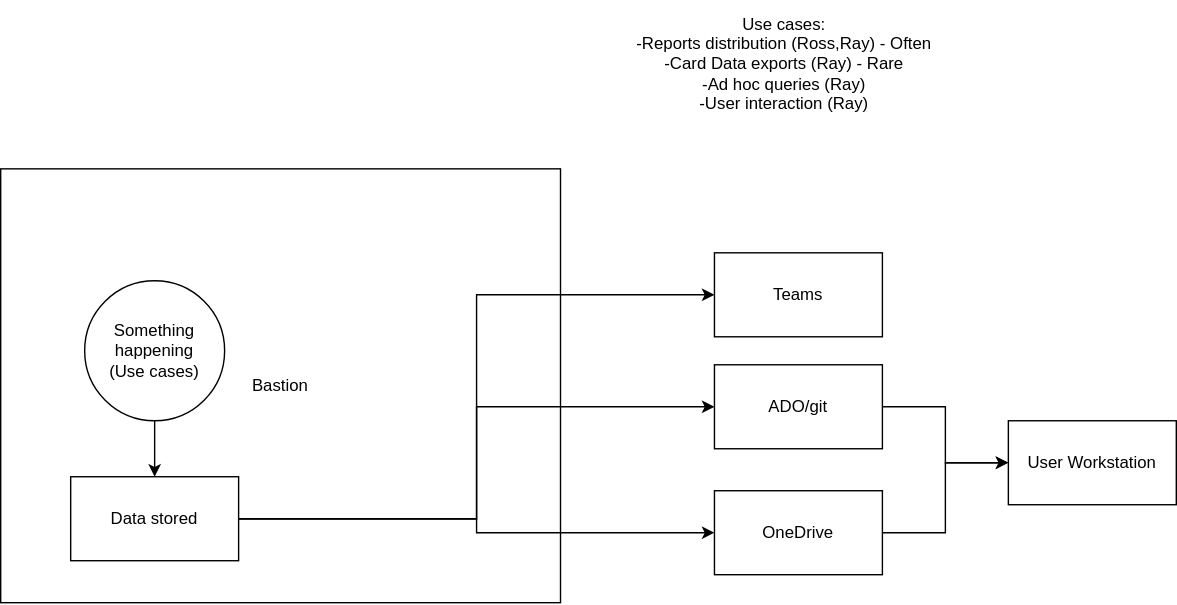
vjavle/invoicecloud keeps this draw.io diagram as SharedData.svg. Above is the earlier version. Source tidied: cells renumbered, new cells last; positions are measured from the earlier drawing's top-left corner, leaving out a move shared by most shapes.
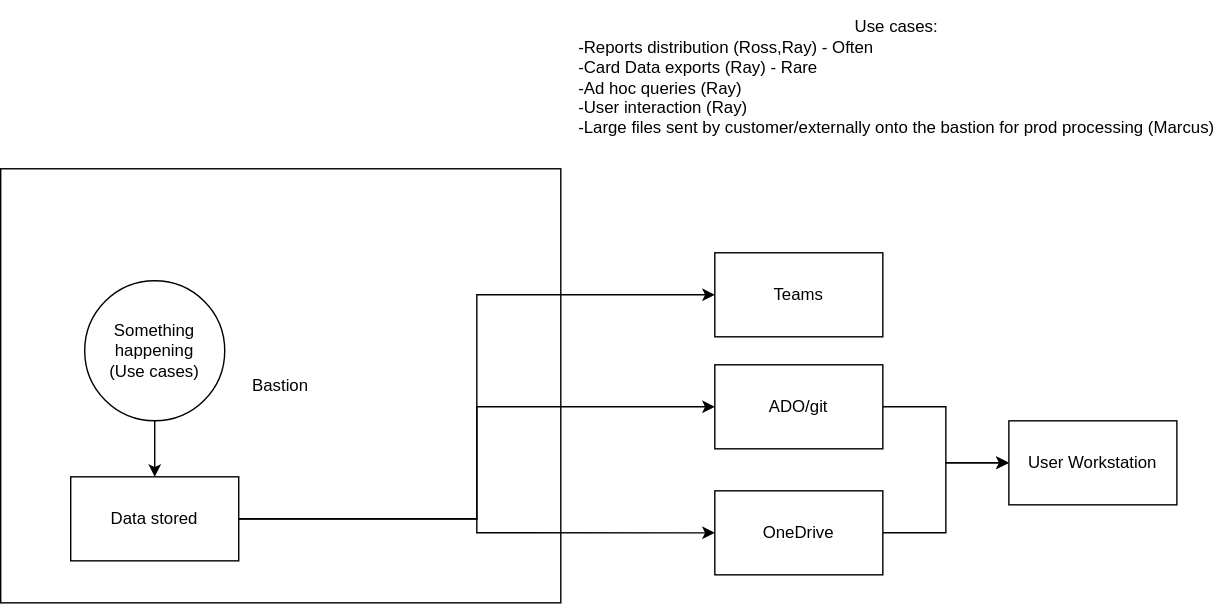
The same diagram one commit later.

Change to the diagram source:
```diff
@@ -41,8 +41,8 @@
     <mxCell id="14" value="Teams" style="rounded=0;whiteSpace=wrap;html=1;" parent="1" vertex="1">
       <mxGeometry x="510" y="180" width="120" height="60" as="geometry" />
     </mxCell>
-    <mxCell id="15" value="Use cases:&lt;br&gt;-Reports distribution (Ross,Ray) - Often&lt;br&gt;-Card Data exports (Ray) - Rare&lt;br&gt;-Ad hoc queries (Ray)&lt;br&gt;-User interaction (Ray)" style="text;html=1;strokeColor=none;fillColor=none;align=center;verticalAlign=middle;whiteSpace=wrap;rounded=0;" parent="1" vertex="1">
-      <mxGeometry x="410" width="300" height="90" as="geometry" />
+    <mxCell id="15" value="Use cases:&lt;br&gt;&lt;div style=&quot;text-align: left;&quot;&gt;&lt;span style=&quot;background-color: initial;&quot;&gt;-Reports distribution (Ross,Ray) - Often&lt;/span&gt;&lt;/div&gt;&lt;div style=&quot;text-align: left;&quot;&gt;&lt;span style=&quot;background-color: initial;&quot;&gt;-Card Data exports (Ray) - Rare&lt;/span&gt;&lt;/div&gt;&lt;div style=&quot;text-align: left;&quot;&gt;&lt;span style=&quot;background-color: initial;&quot;&gt;-Ad hoc queries (Ray)&lt;/span&gt;&lt;/div&gt;&lt;div style=&quot;text-align: left;&quot;&gt;&lt;span style=&quot;background-color: initial;&quot;&gt;-User interaction (Ray)&lt;/span&gt;&lt;/div&gt;&lt;div style=&quot;text-align: left;&quot;&gt;&lt;span style=&quot;background-color: initial;&quot;&gt;-Large files sent by customer/externally onto the bastion for prod processing (Marcus)&lt;/span&gt;&lt;/div&gt;" style="text;html=1;strokeColor=none;fillColor=none;align=center;verticalAlign=middle;whiteSpace=wrap;rounded=0;" parent="1" vertex="1">
+      <mxGeometry x="410" width="460" height="110" as="geometry" />
     </mxCell>
   </root>
 </mxGraphModel>
```
